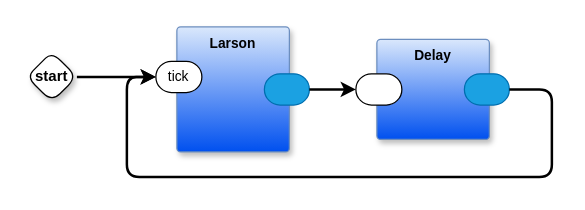
Above: page "main" (1 of 2) of scanner.drawio in guitarvydas/rtlarson (draw.io), before the change. Source tidied: cells renumbered, new cells numbered last; positions are measured from the earlier drawing's top-left corner, leaving out a move shared by most shapes. Both pictures are drawn from the tidied source at 125%, with x=0, y=0 at pixel (26, 26).
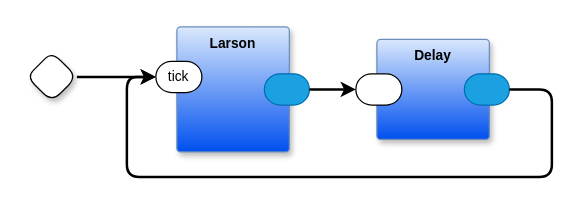
Above is the later version.

What changed in the source:
```diff
@@
 <mxGraphModel>
   <root>
     <mxCell id="0" />
     <mxCell id="1" parent="0" />
     <mxCell id="2" style="edgeStyle=orthogonalEdgeStyle;rounded=1;jettySize=auto;html=1;exitX=1;exitY=0.5;exitDx=0;exitDy=0;exitPerimeter=0;strokeWidth=2;curved=0;entryX=0;entryY=0.5;entryDx=0;entryDy=0;entryPerimeter=0;" parent="1" edge="1" source="3" target="8">
       <mxGeometry relative="1" as="geometry" />
     </mxCell>
-    <mxCell id="3" value="start" style="rhombus;whiteSpace=wrap;html=1;rounded=1;fontStyle=1;glass=0;sketch=0;fontSize=12;points=[[0,0.5,0,0,0],[0.5,0,0,0,0],[0.5,1,0,0,0],[1,0.5,0,0,0]];shadow=1;fontFamily=Helvetica;fontColor=default;" parent="1" vertex="1">
+    <mxCell id="3" style="rhombus;whiteSpace=wrap;html=1;rounded=1;fontStyle=1;glass=0;sketch=0;fontSize=12;points=[[0,0.5,0,0,0],[0.5,0,0,0,0],[0.5,1,0,0,0],[1,0.5,0,0,0]];shadow=1;fontFamily=Helvetica;fontColor=default;" parent="1" vertex="1">
       <mxGeometry y="20" width="40" height="40" as="geometry" />
     </mxCell>
     <mxCell id="4" value="Delay" style="rounded=1;whiteSpace=wrap;html=1;verticalAlign=top;arcSize=6;fontStyle=1;absoluteArcSize=1;shadow=1;strokeColor=#6c8ebf;fillColor=#dae8fc;fontFamily=Helvetica;fontSize=11;gradientColor=#0050EF;fontColor=default;" parent="1" vertex="1">
       <mxGeometry x="280" y="10" width="90" height="80" as="geometry" />
     </mxCell>
     <mxCell id="5" style="rounded=1;whiteSpace=wrap;html=1;sketch=0;points=[[0,0.5,0,0,0],[1,0.5,0,0,0]];arcSize=50;fontFamily=Helvetica;fontSize=11;fontColor=default;" parent="4" vertex="1">
       <mxGeometry x="-16.8" y="27.5" width="36.8" height="25" as="geometry" />
     </mxCell>
     <mxCell id="6" style="rounded=1;whiteSpace=wrap;html=1;sketch=0;points=[[0,0.5,0,0,0],[1,0.5,0,0,0]];fillColor=#1ba1e2;fontColor=#ffffff;strokeColor=#006EAF;arcSize=50;fontFamily=Helvetica;fontSize=11;" parent="4" vertex="1">
       <mxGeometry x="70" y="27.5" width="36" height="25" as="geometry" />
     </mxCell>
     <mxCell id="7" value="Larson" style="rounded=1;whiteSpace=wrap;html=1;verticalAlign=top;arcSize=6;fontStyle=1;absoluteArcSize=1;shadow=1;strokeColor=#6c8ebf;fillColor=#dae8fc;fontFamily=Helvetica;fontSize=11;gradientColor=#0050EF;fontColor=default;" parent="1" vertex="1">
       <mxGeometry x="120" width="90" height="100" as="geometry" />
     </mxCell>
     <mxCell id="8" value="tick" style="rounded=1;whiteSpace=wrap;html=1;sketch=0;points=[[0,0.5,0,0,0],[1,0.5,0,0,0]];arcSize=50;fontFamily=Helvetica;fontSize=11;fontColor=default;" parent="7" vertex="1">
       <mxGeometry x="-16.8" y="27.5" width="36.8" height="25" as="geometry" />
     </mxCell>
     <mxCell id="9" style="rounded=1;whiteSpace=wrap;html=1;sketch=0;points=[[0,0.5,0,0,0],[1,0.5,0,0,0]];fillColor=#1ba1e2;fontColor=#ffffff;strokeColor=#006EAF;arcSize=50;fontFamily=Helvetica;fontSize=11;" parent="7" vertex="1">
       <mxGeometry x="70" y="37.5" width="36" height="25" as="geometry" />
     </mxCell>
     <mxCell id="10" style="edgeStyle=orthogonalEdgeStyle;rounded=1;jettySize=auto;html=1;exitX=1;exitY=0.5;exitDx=0;exitDy=0;exitPerimeter=0;strokeWidth=2;curved=0;" parent="1" edge="1" source="6" target="8">
       <mxGeometry relative="1" as="geometry">
         <Array as="points">
           <mxPoint x="420" y="50" />
           <mxPoint x="420" y="120" />
           <mxPoint x="80" y="120" />
           <mxPoint x="80" y="40" />
         </Array>
       </mxGeometry>
     </mxCell>
     <mxCell id="11" style="edgeStyle=orthogonalEdgeStyle;rounded=1;jettySize=auto;html=1;exitX=1;exitY=0.5;exitDx=0;exitDy=0;exitPerimeter=0;entryX=0;entryY=0.5;entryDx=0;entryDy=0;entryPerimeter=0;curved=0;strokeWidth=2;" parent="1" edge="1" source="9" target="5">
       <mxGeometry relative="1" as="geometry" />
     </mxCell>
   </root>
 </mxGraphModel>
```
